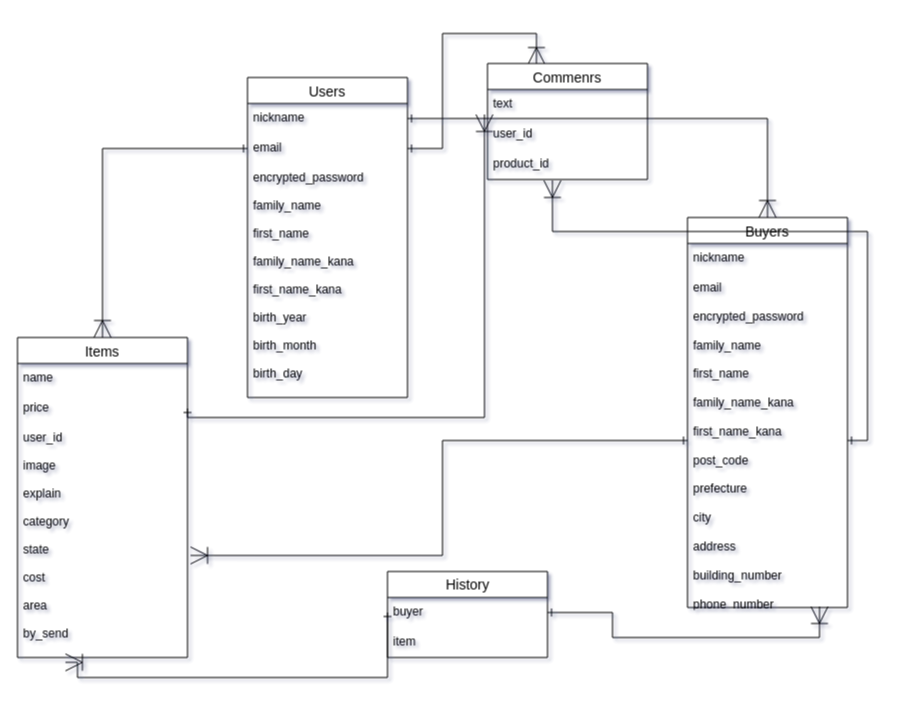
This is test.dio from rikima0519/furima-34473, a draw.io file, before an edit. Source tidied: cells renumbered, new cells numbered last; positions are measured from the earlier drawing's top-left corner, leaving out a move shared by most shapes. Both pictures are drawn from the tidied source at 100%, with x=0, y=0 at pixel (17, 63).
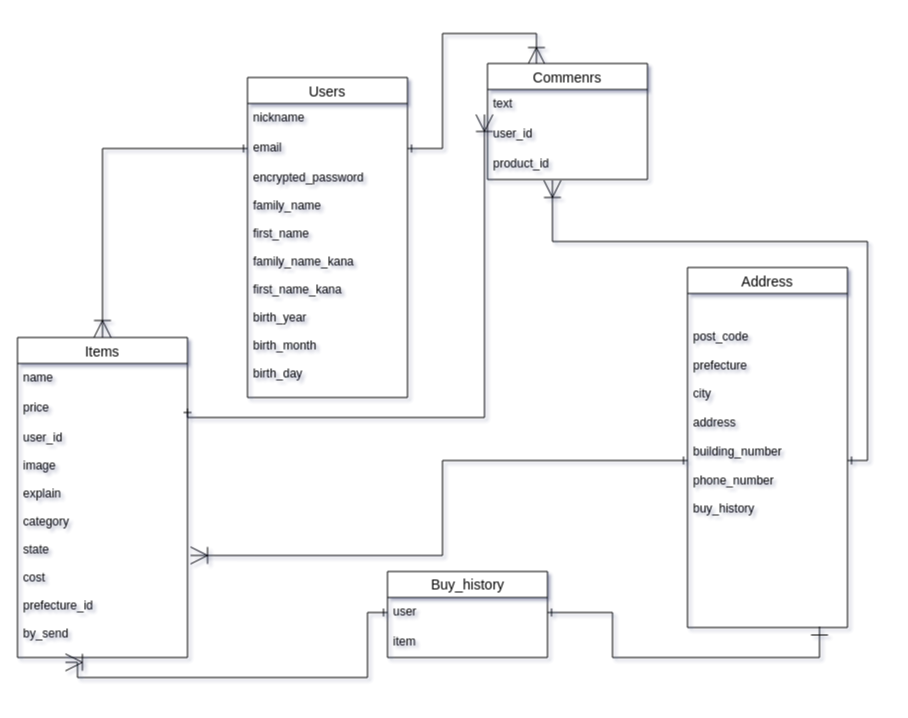
Above is the later version.

Commit message (it also covers changes not shown here):
カラム、テーブル修正３

The change refers to these unchanged cells:
```xml
<mxCell id="3" value="nickname" style="text;strokeColor=none;fillColor=none;spacingLeft=4;spacingRight=4;overflow=hidden;points=[[0,0.5],[1,0.5]];portConstraint=eastwest;fontSize=12;" parent="2" vertex="1">
  <mxGeometry y="26" width="160" height="30" as="geometry" />
</mxCell>
<mxCell id="6" value="Items" style="swimlane;fontStyle=0;horizontal=1;startSize=26;align=center;fontSize=14;" parent="1" vertex="1">
  <mxGeometry y="274" width="170" height="320" as="geometry" />
</mxCell>
```

The edit, as a diff of the source:
```diff
@@
-    <mxCell id="9" value="user_id&#10;&#10;image&#10;&#10;explain&#10;&#10;category&#10;&#10;state&#10;&#10;cost&#10;&#10;area&#10;&#10;by_send&#10;&#10;&#10;&#10;" style="text;strokeColor=none;fillColor=none;spacingLeft=4;spacingRight=4;overflow=hidden;points=[[0,0.5],[1,0.5]];portConstraint=eastwest;fontSize=12;" parent="6" vertex="1">
+    <mxCell id="9" value="user_id&#10;&#10;image&#10;&#10;explain&#10;&#10;category&#10;&#10;state&#10;&#10;cost&#10;&#10;prefecture_id&#10;&#10;by_send&#10;&#10;&#10;&#10;" style="text;strokeColor=none;fillColor=none;spacingLeft=4;spacingRight=4;overflow=hidden;points=[[0,0.5],[1,0.5]];portConstraint=eastwest;fontSize=12;" parent="6" vertex="1">
       <mxGeometry y="86" width="170" height="234" as="geometry" />
     </mxCell>
@@
-    <mxCell id="17" value="Buyers" style="swimlane;fontStyle=0;horizontal=1;startSize=26;align=center;fontSize=14;labelBackgroundColor=none;" parent="1" vertex="1">
-      <mxGeometry x="670" y="154" width="160" height="390" as="geometry" />
+    <mxCell id="17" value="Address" style="swimlane;fontStyle=0;horizontal=1;startSize=26;align=center;fontSize=14;labelBackgroundColor=none;" parent="1" vertex="1">
+      <mxGeometry x="670" y="204" width="160" height="360" as="geometry" />
     </mxCell>
-    <mxCell id="18" value="nickname" style="text;strokeColor=none;fillColor=none;spacingLeft=4;spacingRight=4;overflow=hidden;fontSize=12;" parent="17" vertex="1">
-      <mxGeometry y="26" width="160" height="30" as="geometry" />
-    </mxCell>
-    <mxCell id="19" value="email&lt;br&gt;&lt;br&gt;encrypted_password&lt;br&gt;&lt;br&gt;family_name&lt;br&gt;&lt;br&gt;first_name&lt;br&gt;&lt;br&gt;family_name_kana&lt;br&gt;&lt;br&gt;first_name_kana&lt;br&gt;&lt;br&gt;post_code&lt;br&gt;&lt;br&gt;prefecture&lt;br&gt;&lt;br&gt;city&lt;br&gt;&lt;br&gt;address&lt;br&gt;&lt;br&gt;building_number&lt;br&gt;&lt;br&gt;phone_number" style="text;strokeColor=none;fillColor=none;spacingLeft=4;spacingRight=4;overflow=hidden;points=[[0,0.5],[1,0.5]];portConstraint=eastwest;fontSize=12;html=1;" parent="17" vertex="1">
-      <mxGeometry y="56" width="160" height="334" as="geometry" />
+    <mxCell id="19" value="&lt;br&gt;&lt;br&gt;post_code&lt;br&gt;&lt;br&gt;prefecture&lt;br&gt;&lt;br&gt;city&lt;br&gt;&lt;br&gt;address&lt;br&gt;&lt;br&gt;building_number&lt;br&gt;&lt;br&gt;phone_number&lt;br&gt;&lt;br&gt;buy_history" style="text;strokeColor=none;fillColor=none;spacingLeft=4;spacingRight=4;overflow=hidden;points=[[0,0.5],[1,0.5]];portConstraint=eastwest;fontSize=12;html=1;" parent="17" vertex="1">
+      <mxGeometry y="26" width="160" height="334" as="geometry" />
     </mxCell>
@@
-    <mxCell id="22" style="edgeStyle=orthogonalEdgeStyle;rounded=0;jumpSize=6;jettySize=auto;html=1;exitX=1;exitY=0.5;exitDx=0;exitDy=0;entryX=0.5;entryY=0;entryDx=0;entryDy=0;startArrow=ERone;startFill=0;endArrow=ERoneToMany;endFill=0;endSize=15;" parent="1" edge="1" source="3" target="17">
-      <mxGeometry relative="1" as="geometry" />
-    </mxCell>
-    <mxCell id="23" value="History" style="swimlane;fontStyle=0;horizontal=1;startSize=26;align=center;fontSize=14;labelBackgroundColor=none;html=1;" parent="1" vertex="1">
+    <mxCell id="23" value="Buy_history" style="swimlane;fontStyle=0;horizontal=1;startSize=26;align=center;fontSize=14;labelBackgroundColor=none;html=1;" parent="1" vertex="1">
       <mxGeometry x="370" y="508" width="160" height="86" as="geometry" />
     </mxCell>
-    <mxCell id="24" value="buyer" style="text;strokeColor=none;fillColor=none;spacingLeft=4;spacingRight=4;overflow=hidden;points=[[0,0.5],[1,0.5]];portConstraint=eastwest;fontSize=12;" parent="23" vertex="1">
+    <mxCell id="24" value="user" style="text;strokeColor=none;fillColor=none;spacingLeft=4;spacingRight=4;overflow=hidden;points=[[0,0.5],[1,0.5]];portConstraint=eastwest;fontSize=12;" parent="23" vertex="1">
       <mxGeometry y="26" width="160" height="30" as="geometry" />
     </mxCell>
@@
     <mxCell id="26" style="edgeStyle=orthogonalEdgeStyle;rounded=0;jumpSize=6;jettySize=auto;html=1;exitX=0;exitY=0.5;exitDx=0;exitDy=0;entryX=0.282;entryY=1.021;entryDx=0;entryDy=0;entryPerimeter=0;startArrow=ERone;startFill=0;endArrow=ERoneToMany;endFill=0;endSize=15;" parent="1" edge="1" source="24" target="9">
       <mxGeometry relative="1" as="geometry">
         <Array as="points">
-          <mxPoint x="370" y="614" />
+          <mxPoint x="350" y="549" />
+          <mxPoint x="350" y="614" />
           <mxPoint x="60" y="614" />
           <mxPoint x="60" y="599" />
         </Array>
       </mxGeometry>
     </mxCell>
-    <mxCell id="27" style="edgeStyle=orthogonalEdgeStyle;rounded=0;jumpSize=6;jettySize=auto;html=1;exitX=1;exitY=0.5;exitDx=0;exitDy=0;entryX=0.825;entryY=0.997;entryDx=0;entryDy=0;entryPerimeter=0;startArrow=ERone;startFill=0;endArrow=ERoneToMany;endFill=0;endSize=15;" parent="1" edge="1" source="24" target="19">
+    <mxCell id="27" style="edgeStyle=orthogonalEdgeStyle;rounded=0;jumpSize=6;jettySize=auto;html=1;exitX=1;exitY=0.5;exitDx=0;exitDy=0;entryX=0.825;entryY=0.997;entryDx=0;entryDy=0;entryPerimeter=0;startArrow=ERone;startFill=0;endArrow=ERone;endFill=0;endSize=15;" parent="1" edge="1" source="24" target="19">
       <mxGeometry relative="1" as="geometry" />
     </mxCell>
```
